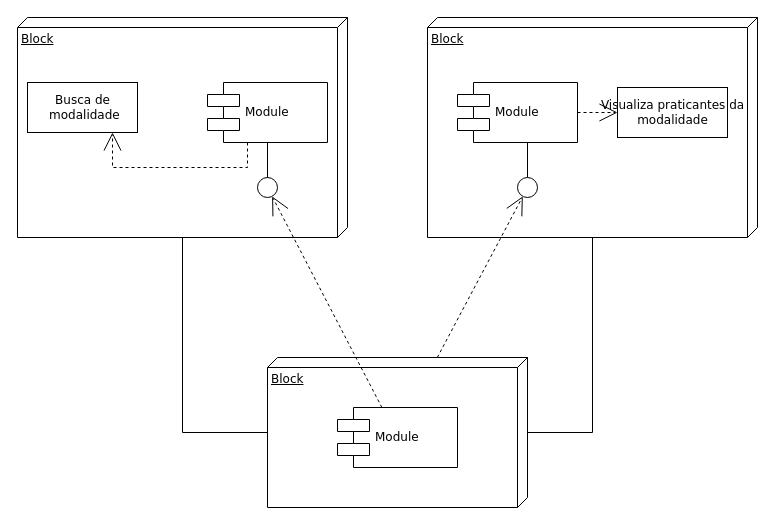
This is Untitled Diagram.drawio from pmarangon/Grupo-1-PI--Sa-de-e-Bem-Estar, a draw.io file, before an edit. Source tidied: cells renumbered, new cells numbered last; positions are measured from the earlier drawing's top-left corner, leaving out a move shared by most shapes. Both pictures are drawn from the tidied source at 100%, with x=0, y=0 at pixel (17, 17).
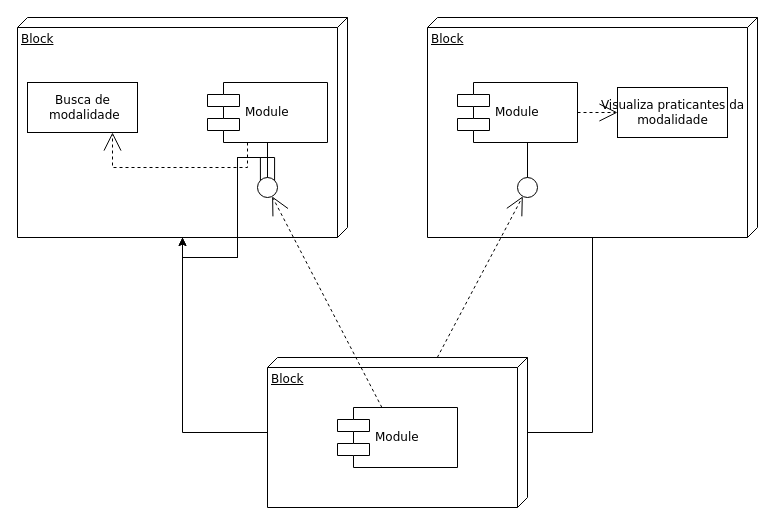
The same diagram, later.

Unchanged cells that the change refers to:
```xml
<mxCell id="2" value="Block" style="verticalAlign=top;align=left;spacingTop=8;spacingLeft=2;spacingRight=12;shape=cube;size=10;direction=south;fontStyle=4;html=1;rounded=0;shadow=0;comic=0;labelBackgroundColor=none;strokeWidth=1;fontFamily=Verdana;fontSize=12;" parent="1" vertex="1">
  <mxGeometry width="330" height="220" as="geometry" />
</mxCell>
<mxCell id="7" style="ellipse;whiteSpace=wrap;html=1;rounded=0;shadow=0;comic=0;labelBackgroundColor=none;strokeWidth=1;fontFamily=Verdana;fontSize=12;align=center;" parent="1" vertex="1">
  <mxGeometry x="240" y="160" width="20" height="20" as="geometry" />
</mxCell>
```

The edit, as a diff of the source:
```diff
@@
+    <mxCell id="20" style="edgeStyle=orthogonalEdgeStyle;rounded=0;jettySize=auto;html=1;exitX=1;exitY=1;exitDx=0;exitDy=0;" parent="1" edge="1" source="7" target="2">
+      <mxGeometry relative="1" as="geometry" />
+    </mxCell>
+    <mxCell id="21" style="edgeStyle=orthogonalEdgeStyle;rounded=0;jettySize=auto;html=1;exitX=0;exitY=1;exitDx=0;exitDy=0;" parent="1" edge="1" source="7" target="2">
+      <mxGeometry relative="1" as="geometry" />
+    </mxCell>
```
